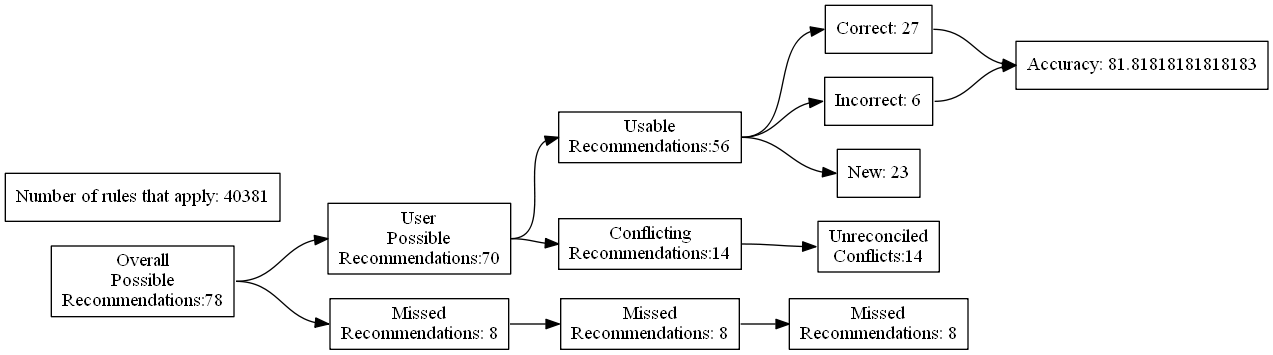
Earlier version of the Graphviz export test_renders/76.gv.png (ZaxR/ibd_diet_analysis). Its source is kept beside it as test_renders/76.gv.
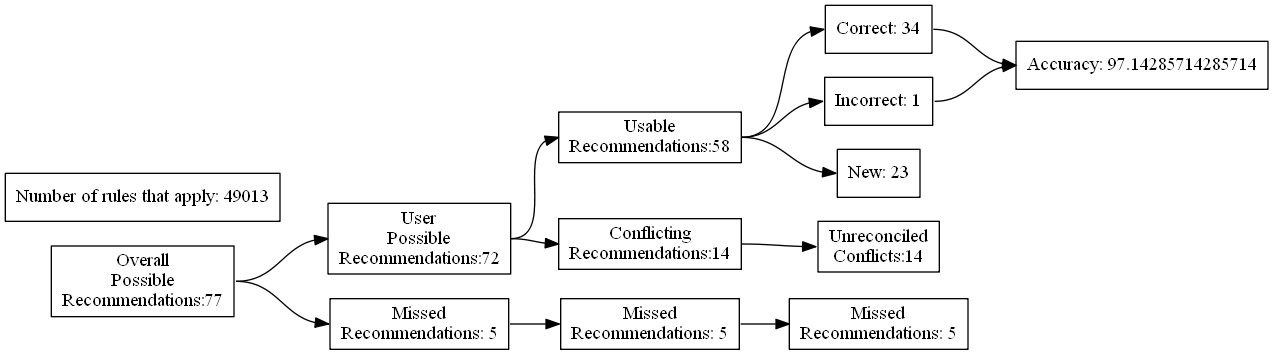
The same diagram one commit later.

Change to the diagram source:
```diff
@@ -4,27 +4,27 @@
 	edge [headport=w tailport=e]
 		A [label="Overall
 Possible
-Recommendations:78"]
+Recommendations:77"]
 		B [label="User
 Possible
-Recommendations:70"]
+Recommendations:72"]
 		C [label="Missed
-Recommendations: 8"]
+Recommendations: 5"]
 		D [label="Usable
-Recommendations:56"]
+Recommendations:58"]
 		E [label="Conflicting
 Recommendations:14"]
 		J [label="Missed
-Recommendations: 8"]
+Recommendations: 5"]
 		M [label="Unreconciled
 Conflicts:14"]
-		F [label="Correct: 27"]
-		G [label="Incorrect: 6"]
+		F [label="Correct: 34"]
+		G [label="Incorrect: 1"]
 		H [label="New: 23"]
 		K [label="Missed
-Recommendations: 8"]
-		I [label="Accuracy: 81.81818181818183"]
-		l [label="Number of rules that apply: 40381"]
+Recommendations: 5"]
+		I [label="Accuracy: 97.14285714285714"]
+		l [label="Number of rules that apply: 49013"]
 			A -> B
 			A -> C
 			B -> D
```
